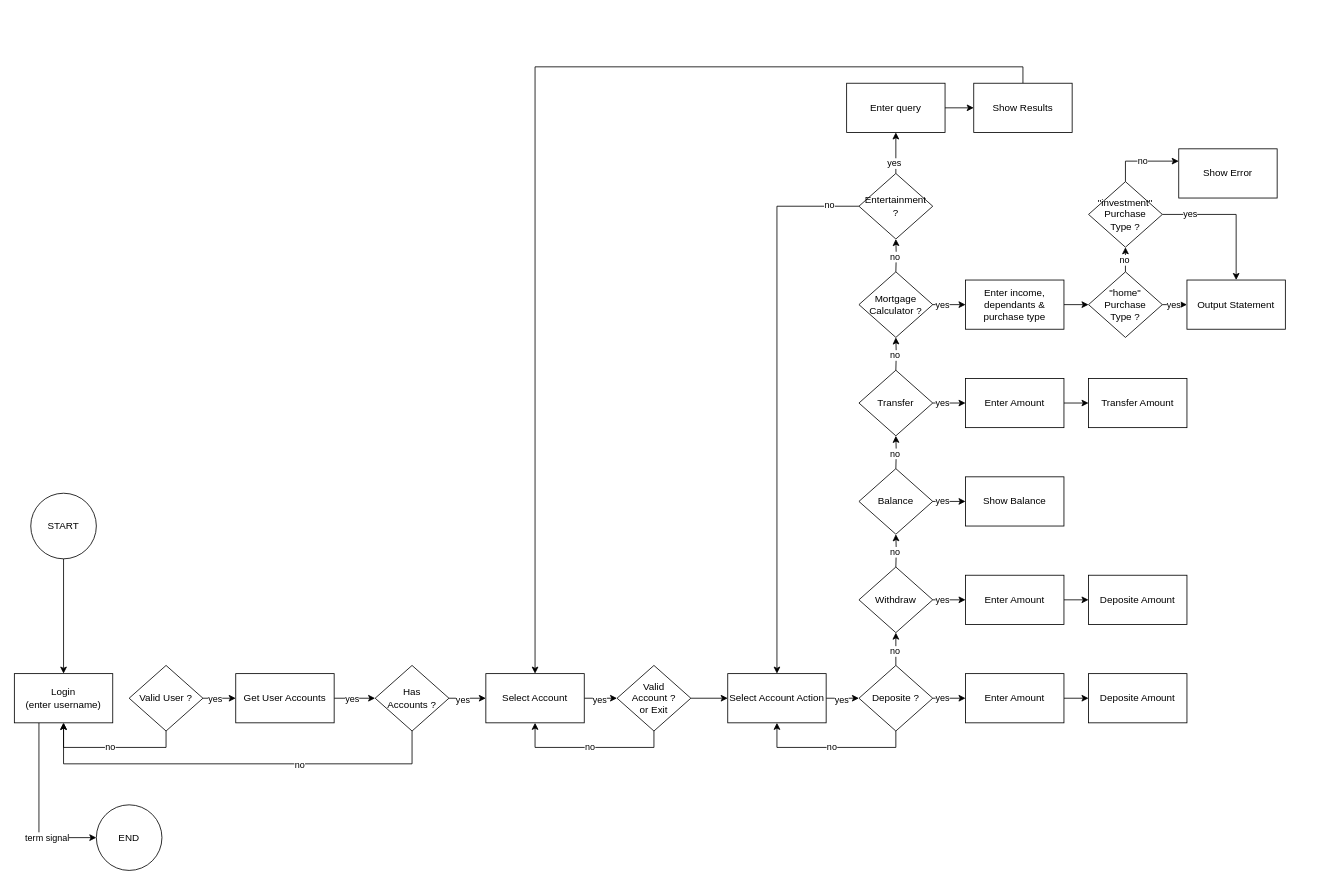
This is docs/bank_smart_app.drawio from pduong987/DuongPham_T1A3, a draw.io file, before an edit. Source tidied: cells renumbered, new cells numbered last; positions are measured from the earlier drawing's top-left corner, leaving out a move shared by most shapes. Both pictures are drawn from the tidied source at 82%, with x=0, y=0 at pixel (14, 83).
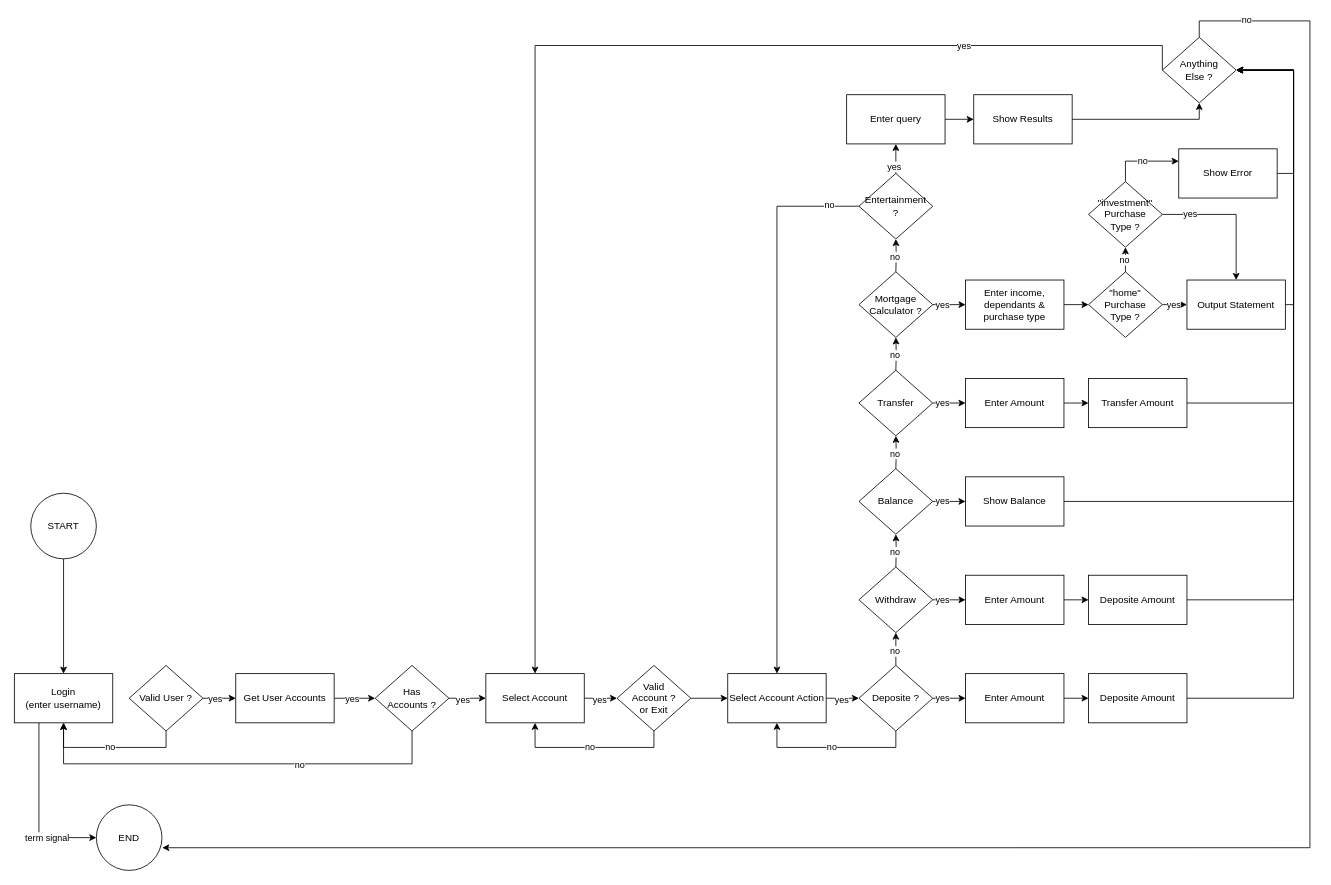
The same diagram, later.

The change refers to these unchanged cells:
```xml
<mxCell id="4" value="END" style="ellipse;whiteSpace=wrap;html=1;" parent="1" vertex="1">
  <mxGeometry x="100" y="880" width="80" height="80" as="geometry" />
</mxCell>
<mxCell id="22" value="Select Account" style="rounded=0;whiteSpace=wrap;html=1;" parent="1" vertex="1">
  <mxGeometry x="575" y="720" width="120" height="60" as="geometry" />
</mxCell>
<mxCell id="37" value="Deposite Amount" style="rounded=0;whiteSpace=wrap;html=1;" parent="1" vertex="1">
  <mxGeometry x="1310" y="720" width="120" height="60" as="geometry" />
</mxCell>
<mxCell id="43" value="Deposite Amount" style="rounded=0;whiteSpace=wrap;html=1;" parent="1" vertex="1">
  <mxGeometry x="1310" y="600" width="120" height="60" as="geometry" />
</mxCell>
<mxCell id="49" value="Show Balance" style="rounded=0;whiteSpace=wrap;html=1;" parent="1" vertex="1">
  <mxGeometry x="1160" y="480" width="120" height="60" as="geometry" />
</mxCell>
<mxCell id="57" value="Transfer Amount" style="rounded=0;whiteSpace=wrap;html=1;" parent="1" vertex="1">
  <mxGeometry x="1310" y="360" width="120" height="60" as="geometry" />
</mxCell>
<mxCell id="70" value="Output Statement" style="rounded=0;whiteSpace=wrap;html=1;" parent="1" vertex="1">
  <mxGeometry x="1430" y="240" width="120" height="60" as="geometry" />
</mxCell>
<mxCell id="76" value="Show Error" style="rounded=0;whiteSpace=wrap;html=1;" parent="1" vertex="1">
  <mxGeometry x="1420" y="80" width="120" height="60" as="geometry" />
</mxCell>
```

Diff of the diagram source:
```diff
@@
+    <mxCell id="88" style="edgeStyle=orthogonalEdgeStyle;rounded=0;jettySize=auto;html=1;exitX=1;exitY=0.5;exitDx=0;exitDy=0;entryX=1;entryY=0.5;entryDx=0;entryDy=0;" parent="1" edge="1" source="37" target="99">
+      <mxGeometry relative="1" as="geometry">
+        <Array as="points">
+          <mxPoint x="1560" y="750" />
+          <mxPoint x="1560" y="-16" />
+        </Array>
+      </mxGeometry>
+    </mxCell>
@@
+    <mxCell id="89" style="edgeStyle=orthogonalEdgeStyle;rounded=0;jettySize=auto;html=1;exitX=1;exitY=0.5;exitDx=0;exitDy=0;entryX=1;entryY=0.5;entryDx=0;entryDy=0;" parent="1" edge="1" source="43" target="99">
+      <mxGeometry relative="1" as="geometry">
+        <Array as="points">
+          <mxPoint x="1560" y="630" />
+          <mxPoint x="1560" y="-16" />
+        </Array>
+      </mxGeometry>
+    </mxCell>
@@
+    <mxCell id="90" style="edgeStyle=orthogonalEdgeStyle;rounded=0;jettySize=auto;html=1;exitX=1;exitY=0.5;exitDx=0;exitDy=0;entryX=1;entryY=0.5;entryDx=0;entryDy=0;" parent="1" edge="1" source="49" target="99">
+      <mxGeometry relative="1" as="geometry">
+        <Array as="points">
+          <mxPoint x="1560" y="510" />
+          <mxPoint x="1560" y="-16" />
+        </Array>
+      </mxGeometry>
+    </mxCell>
@@
+    <mxCell id="91" style="edgeStyle=orthogonalEdgeStyle;rounded=0;jettySize=auto;html=1;exitX=1;exitY=0.5;exitDx=0;exitDy=0;entryX=1;entryY=0.5;entryDx=0;entryDy=0;" parent="1" edge="1" source="57" target="99">
+      <mxGeometry relative="1" as="geometry">
+        <Array as="points">
+          <mxPoint x="1560" y="390" />
+          <mxPoint x="1560" y="-16" />
+        </Array>
+      </mxGeometry>
+    </mxCell>
@@
+    <mxCell id="92" style="edgeStyle=orthogonalEdgeStyle;rounded=0;jettySize=auto;html=1;exitX=1;exitY=0.5;exitDx=0;exitDy=0;entryX=1;entryY=0.5;entryDx=0;entryDy=0;" parent="1" edge="1" source="70" target="99">
+      <mxGeometry relative="1" as="geometry">
+        <Array as="points">
+          <mxPoint x="1560" y="270" />
+          <mxPoint x="1560" y="-16" />
+        </Array>
+      </mxGeometry>
+    </mxCell>
@@
+    <mxCell id="93" style="edgeStyle=orthogonalEdgeStyle;rounded=0;jettySize=auto;html=1;exitX=1;exitY=0.5;exitDx=0;exitDy=0;entryX=1;entryY=0.5;entryDx=0;entryDy=0;" parent="1" edge="1" source="76" target="99">
+      <mxGeometry relative="1" as="geometry" />
+    </mxCell>
@@
     <mxCell id="85" value="Enter query" style="rounded=0;whiteSpace=wrap;html=1;" parent="1" vertex="1">
-      <mxGeometry x="1015" width="120" height="60" as="geometry" />
+      <mxGeometry x="1015" y="14" width="120" height="60" as="geometry" />
     </mxCell>
-    <mxCell id="86" style="edgeStyle=orthogonalEdgeStyle;rounded=0;jettySize=auto;html=1;exitX=0.5;exitY=0;exitDx=0;exitDy=0;" parent="1" edge="1" source="87" target="22">
-      <mxGeometry relative="1" as="geometry" />
-    </mxCell>
+    <mxCell id="94" style="edgeStyle=orthogonalEdgeStyle;rounded=0;jettySize=auto;html=1;exitX=1;exitY=0.5;exitDx=0;exitDy=0;entryX=0.5;entryY=1;entryDx=0;entryDy=0;" parent="1" edge="1" source="87" target="99">
+      <mxGeometry relative="1" as="geometry" />
+    </mxCell>
     <mxCell id="87" value="Show Results" style="rounded=0;whiteSpace=wrap;html=1;" parent="1" vertex="1">
-      <mxGeometry x="1170" width="120" height="60" as="geometry" />
+      <mxGeometry x="1170" y="14" width="120" height="60" as="geometry" />
     </mxCell>
+    <mxCell id="95" style="edgeStyle=orthogonalEdgeStyle;rounded=0;jettySize=auto;html=1;exitX=0;exitY=0.5;exitDx=0;exitDy=0;entryX=0.5;entryY=0;entryDx=0;entryDy=0;" parent="1" edge="1" source="99" target="22">
+      <mxGeometry relative="1" as="geometry">
+        <Array as="points">
+          <mxPoint x="1400" y="-46" />
+          <mxPoint x="635" y="-46" />
+        </Array>
+      </mxGeometry>
+    </mxCell>
+    <mxCell id="96" value="yes" style="edgeLabel;html=1;align=center;verticalAlign=middle;" parent="95" vertex="1">
+      <mxGeometry x="-0.65" relative="1" as="geometry" />
+    </mxCell>
+    <mxCell id="97" style="edgeStyle=orthogonalEdgeStyle;rounded=0;jettySize=auto;html=1;exitX=0.5;exitY=0;exitDx=0;exitDy=0;entryX=1.005;entryY=0.654;entryDx=0;entryDy=0;entryPerimeter=0;" parent="1" edge="1" source="99" target="4">
+      <mxGeometry relative="1" as="geometry">
+        <Array as="points">
+          <mxPoint x="1445" y="-76" />
+          <mxPoint x="1580" y="-76" />
+          <mxPoint x="1580" y="932" />
+        </Array>
+      </mxGeometry>
+    </mxCell>
+    <mxCell id="98" value="no" style="edgeLabel;html=1;align=center;verticalAlign=middle;" parent="97" vertex="1">
+      <mxGeometry x="-0.94" y="2" relative="1" as="geometry" />
+    </mxCell>
+    <mxCell id="99" value="Anything&lt;br&gt;Else ?" style="rhombus;whiteSpace=wrap;html=1;" parent="1" vertex="1">
+      <mxGeometry x="1400" y="-56" width="90" height="80" as="geometry" />
+    </mxCell>
```
